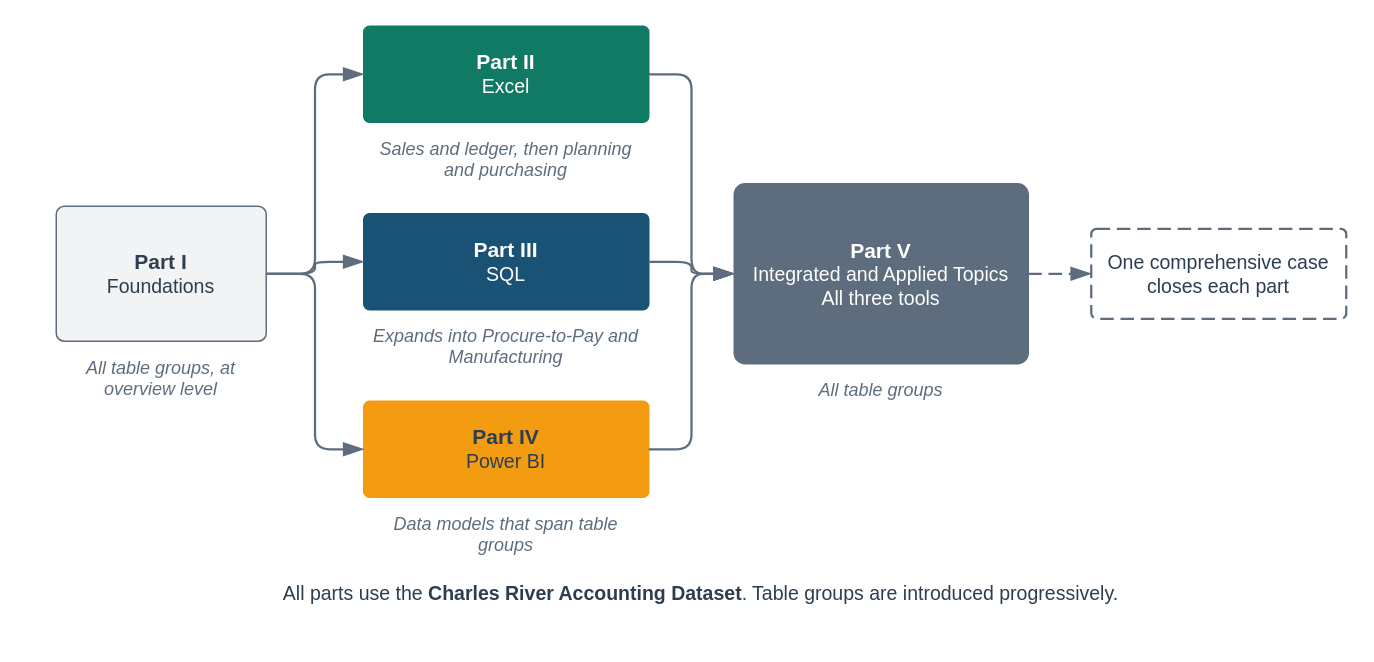
Before: visuals/src/fig-01-08-book-organization-map.drawio in mmcodesso/Accounting_Analytics_Book, a draw.io diagram. Source tidied: cells renumbered, new cells numbered last; positions are measured from the earlier drawing's top-left corner, leaving out a move shared by most shapes. Both pictures are drawn from the tidied source at 150%, with x=0, y=0 at pixel (56, 26).
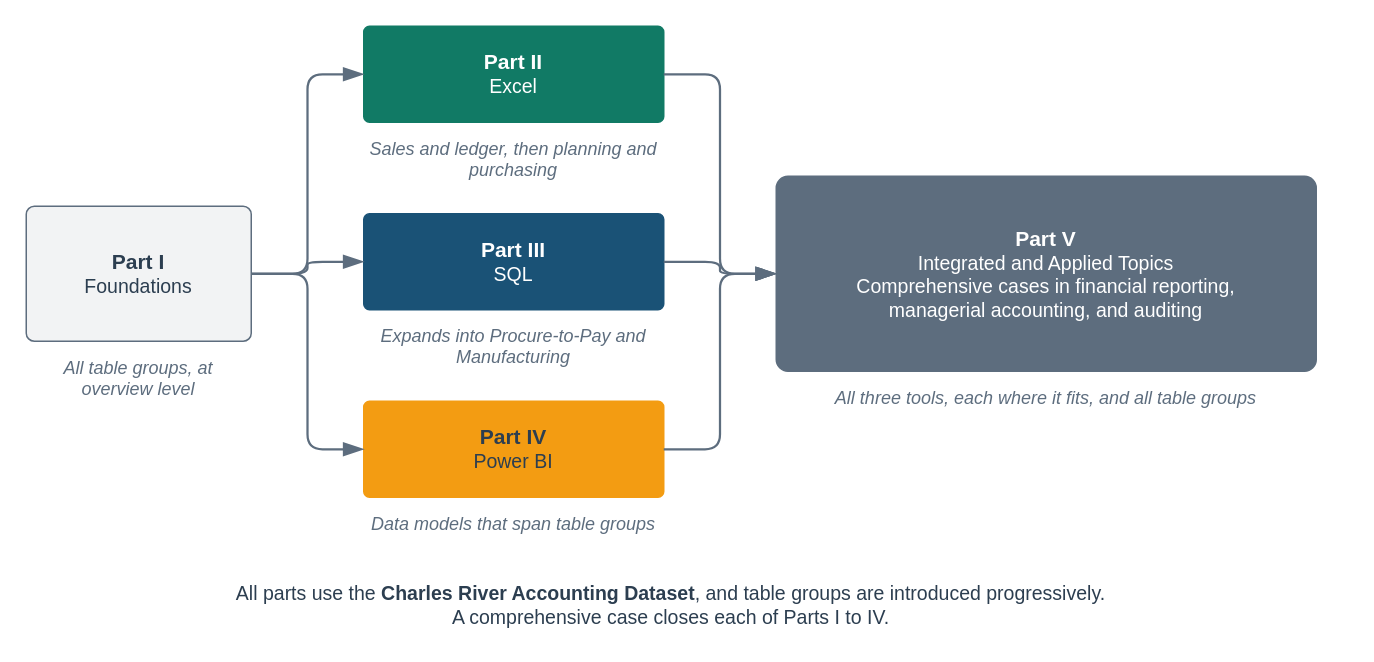
The same page after the edit.

Change to the diagram source:
```diff
@@
     <mxCell id="2" style="rounded=0;html=1;fillColor=none;strokeColor=none;" parent="1" vertex="1">
-      <mxGeometry width="860" height="388" as="geometry" />
+      <mxGeometry x="-20" width="860" height="406" as="geometry" />
     </mxCell>
     <mxCell id="3" value="&lt;font style=&quot;font-size:14px&quot;&gt;&lt;b&gt;Part I&lt;/b&gt;&lt;/font&gt;&lt;br&gt;&lt;font color=&quot;#2C3E50&quot;&gt;Foundations&lt;/font&gt;" style="rounded=1;arcSize=6;whiteSpace=wrap;html=1;fillColor=#F2F3F4;strokeColor=#5D6D7E;strokeWidth=1;fontColor=#2C3E50;fontSize=13;fontStyle=0;align=center;verticalAlign=middle;fontFamily=Helvetica;spacingLeft=6;spacingRight=6;" parent="1" vertex="1">
-      <mxGeometry y="120" width="140" height="90" as="geometry" />
+      <mxGeometry x="-20" y="120" width="150" height="90" as="geometry" />
     </mxCell>
     <mxCell id="4" value="&lt;i&gt;All table groups, at overview level&lt;/i&gt;" style="text;html=1;whiteSpace=wrap;align=center;verticalAlign=top;fontSize=12;fontColor=#5D6D7E;fontStyle=0;fontFamily=Helvetica;spacing=2;fillColor=none;strokeColor=none;" parent="1" vertex="1">
-      <mxGeometry y="214" width="140" height="36" as="geometry" />
+      <mxGeometry x="-20" y="214" width="150" height="36" as="geometry" />
     </mxCell>
     <mxCell id="5" value="&lt;font style=&quot;font-size:14px&quot;&gt;&lt;b&gt;Part II&lt;/b&gt;&lt;/font&gt;&lt;br&gt;&lt;font color=&quot;#FFFFFF&quot;&gt;Excel&lt;/font&gt;" style="rounded=1;arcSize=6;whiteSpace=wrap;html=1;fillColor=#117A65;strokeColor=#117A65;strokeWidth=1;fontColor=#FFFFFF;fontSize=13;fontStyle=0;align=center;verticalAlign=middle;fontFamily=Helvetica;spacingLeft=6;spacingRight=6;" parent="1" vertex="1">
-      <mxGeometry x="205" width="190" height="64" as="geometry" />
+      <mxGeometry x="205" width="200" height="64" as="geometry" />
     </mxCell>
     <mxCell id="6" value="&lt;i&gt;Sales and ledger, then planning and purchasing&lt;/i&gt;" style="text;html=1;whiteSpace=wrap;align=center;verticalAlign=top;fontSize=12;fontColor=#5D6D7E;fontStyle=0;fontFamily=Helvetica;spacing=2;fillColor=none;strokeColor=none;" parent="1" vertex="1">
-      <mxGeometry x="205" y="68" width="190" height="36" as="geometry" />
+      <mxGeometry x="205" y="68" width="200" height="36" as="geometry" />
     </mxCell>
     <mxCell id="7" value="&lt;font style=&quot;font-size:14px&quot;&gt;&lt;b&gt;Part III&lt;/b&gt;&lt;/font&gt;&lt;br&gt;&lt;font color=&quot;#FFFFFF&quot;&gt;SQL&lt;/font&gt;" style="rounded=1;arcSize=6;whiteSpace=wrap;html=1;fillColor=#1A5276;strokeColor=#1A5276;strokeWidth=1;fontColor=#FFFFFF;fontSize=13;fontStyle=0;align=center;verticalAlign=middle;fontFamily=Helvetica;spacingLeft=6;spacingRight=6;" parent="1" vertex="1">
-      <mxGeometry x="205" y="125" width="190" height="64" as="geometry" />
+      <mxGeometry x="205" y="125" width="200" height="64" as="geometry" />
     </mxCell>
     <mxCell id="8" value="&lt;i&gt;Expands into Procure-to-Pay and Manufacturing&lt;/i&gt;" style="text;html=1;whiteSpace=wrap;align=center;verticalAlign=top;fontSize=12;fontColor=#5D6D7E;fontStyle=0;fontFamily=Helvetica;spacing=2;fillColor=none;strokeColor=none;" parent="1" vertex="1">
-      <mxGeometry x="205" y="193" width="190" height="36" as="geometry" />
+      <mxGeometry x="205" y="193" width="200" height="36" as="geometry" />
     </mxCell>
     <mxCell id="9" value="&lt;font style=&quot;font-size:14px&quot;&gt;&lt;b&gt;Part IV&lt;/b&gt;&lt;/font&gt;&lt;br&gt;&lt;font color=&quot;#2C3E50&quot;&gt;Power BI&lt;/font&gt;" style="rounded=1;arcSize=6;whiteSpace=wrap;html=1;fillColor=#F39C12;strokeColor=#F39C12;strokeWidth=1;fontColor=#2C3E50;fontSize=13;fontStyle=0;align=center;verticalAlign=middle;fontFamily=Helvetica;spacingLeft=6;spacingRight=6;" parent="1" vertex="1">
-      <mxGeometry x="205" y="250" width="190" height="64" as="geometry" />
+      <mxGeometry x="205" y="250" width="200" height="64" as="geometry" />
     </mxCell>
     <mxCell id="10" value="&lt;i&gt;Data models that span table groups&lt;/i&gt;" style="text;html=1;whiteSpace=wrap;align=center;verticalAlign=top;fontSize=12;fontColor=#5D6D7E;fontStyle=0;fontFamily=Helvetica;spacing=2;fillColor=none;strokeColor=none;" parent="1" vertex="1">
-      <mxGeometry x="205" y="318" width="190" height="36" as="geometry" />
+      <mxGeometry x="205" y="318" width="200" height="36" as="geometry" />
     </mxCell>
-    <mxCell id="11" value="&lt;font style=&quot;font-size:14px&quot;&gt;&lt;b&gt;Part V&lt;/b&gt;&lt;/font&gt;&lt;br&gt;&lt;font color=&quot;#FFFFFF&quot;&gt;Integrated and Applied Topics&lt;br&gt;All three tools&lt;/font&gt;" style="rounded=1;arcSize=6;whiteSpace=wrap;html=1;fillColor=#5D6D7E;strokeColor=#5D6D7E;strokeWidth=1;fontColor=#FFFFFF;fontSize=13;fontStyle=0;align=center;verticalAlign=middle;fontFamily=Helvetica;spacingLeft=6;spacingRight=6;" parent="1" vertex="1">
-      <mxGeometry x="452" y="105" width="196" height="120" as="geometry" />
+    <mxCell id="11" value="&lt;font style=&quot;font-size:14px&quot;&gt;&lt;b&gt;Part V&lt;/b&gt;&lt;/font&gt;&lt;br&gt;&lt;font color=&quot;#FFFFFF&quot;&gt;Integrated and Applied Topics&lt;br&gt;Comprehensive cases in financial reporting,&lt;br&gt;managerial accounting, and auditing&lt;/font&gt;" style="rounded=1;arcSize=6;whiteSpace=wrap;html=1;fillColor=#5D6D7E;strokeColor=#5D6D7E;strokeWidth=1;fontColor=#FFFFFF;fontSize=13;fontStyle=0;align=center;verticalAlign=middle;fontFamily=Helvetica;spacingLeft=6;spacingRight=6;" parent="1" vertex="1">
+      <mxGeometry x="480" y="100" width="360" height="130" as="geometry" />
     </mxCell>
-    <mxCell id="12" value="&lt;i&gt;All table groups&lt;/i&gt;" style="text;html=1;whiteSpace=wrap;align=center;verticalAlign=top;fontSize=12;fontColor=#5D6D7E;fontStyle=0;fontFamily=Helvetica;spacing=2;fillColor=none;strokeColor=none;" parent="1" vertex="1">
-      <mxGeometry x="452" y="229" width="196" height="36" as="geometry" />
+    <mxCell id="12" value="&lt;i&gt;All three tools, each where it fits, and all table groups&lt;/i&gt;" style="text;html=1;whiteSpace=wrap;align=center;verticalAlign=top;fontSize=12;fontColor=#5D6D7E;fontStyle=0;fontFamily=Helvetica;spacing=2;fillColor=none;strokeColor=none;" parent="1" vertex="1">
+      <mxGeometry x="480" y="234" width="360" height="36" as="geometry" />
     </mxCell>
-    <mxCell id="13" value="One comprehensive case closes each part" style="rounded=1;arcSize=6;whiteSpace=wrap;html=1;fillColor=#FFFFFF;strokeColor=#5D6D7E;strokeWidth=1.5;fontColor=#2C3E50;fontSize=13;fontStyle=0;align=center;verticalAlign=middle;fontFamily=Helvetica;spacingLeft=6;spacingRight=6;dashed=1;dashPattern=6 3;" parent="1" vertex="1">
-      <mxGeometry x="690" y="135" width="170" height="60" as="geometry" />
-    </mxCell>
+    <mxCell id="22" style="edgeStyle=orthogonalEdgeStyle;rounded=1;html=1;startArrow=none;endArrow=blockThin;startFill=0;endFill=1;startSize=10;endSize=10;strokeColor=#5D6D7E;strokeWidth=1.5;fontSize=12;fontColor=#2C3E50;fontFamily=Helvetica;labelBackgroundColor=#FFFFFF;exitX=1;exitY=0.5;exitDx=0;exitDy=0;entryX=0;entryY=0.5;entryDx=0;entryDy=0;" parent="1" edge="1" source="3" target="5">
+      <mxGeometry relative="1" as="geometry" />
+    </mxCell>
-    <mxCell id="14" style="edgeStyle=orthogonalEdgeStyle;rounded=1;html=1;startArrow=none;endArrow=blockThin;startFill=0;endFill=1;startSize=10;endSize=10;strokeColor=#5D6D7E;strokeWidth=1.5;fontSize=12;fontColor=#2C3E50;fontFamily=Helvetica;labelBackgroundColor=#FFFFFF;exitX=1;exitY=0.5;exitDx=0;exitDy=0;entryX=0;entryY=0.5;entryDx=0;entryDy=0;" parent="1" edge="1" source="3" target="5">
+    <mxCell id="14" style="edgeStyle=orthogonalEdgeStyle;rounded=1;html=1;startArrow=none;endArrow=blockThin;startFill=0;endFill=1;startSize=10;endSize=10;strokeColor=#5D6D7E;strokeWidth=1.5;fontSize=12;fontColor=#2C3E50;fontFamily=Helvetica;labelBackgroundColor=#FFFFFF;exitX=1;exitY=0.5;exitDx=0;exitDy=0;entryX=0;entryY=0.5;entryDx=0;entryDy=0;" parent="1" edge="1" source="5" target="11">
       <mxGeometry relative="1" as="geometry" />
     </mxCell>
-    <mxCell id="15" style="edgeStyle=orthogonalEdgeStyle;rounded=1;html=1;startArrow=none;endArrow=blockThin;startFill=0;endFill=1;startSize=10;endSize=10;strokeColor=#5D6D7E;strokeWidth=1.5;fontSize=12;fontColor=#2C3E50;fontFamily=Helvetica;labelBackgroundColor=#FFFFFF;exitX=1;exitY=0.5;exitDx=0;exitDy=0;entryX=0;entryY=0.5;entryDx=0;entryDy=0;" parent="1" edge="1" source="5" target="11">
+    <mxCell id="15" style="edgeStyle=orthogonalEdgeStyle;rounded=1;html=1;startArrow=none;endArrow=blockThin;startFill=0;endFill=1;startSize=10;endSize=10;strokeColor=#5D6D7E;strokeWidth=1.5;fontSize=12;fontColor=#2C3E50;fontFamily=Helvetica;labelBackgroundColor=#FFFFFF;exitX=1;exitY=0.5;exitDx=0;exitDy=0;entryX=0;entryY=0.5;entryDx=0;entryDy=0;" parent="1" edge="1" source="3" target="7">
       <mxGeometry relative="1" as="geometry" />
     </mxCell>
-    <mxCell id="16" style="edgeStyle=orthogonalEdgeStyle;rounded=1;html=1;startArrow=none;endArrow=blockThin;startFill=0;endFill=1;startSize=10;endSize=10;strokeColor=#5D6D7E;strokeWidth=1.5;fontSize=12;fontColor=#2C3E50;fontFamily=Helvetica;labelBackgroundColor=#FFFFFF;exitX=1;exitY=0.5;exitDx=0;exitDy=0;entryX=0;entryY=0.5;entryDx=0;entryDy=0;" parent="1" edge="1" source="3" target="7">
+    <mxCell id="16" style="edgeStyle=orthogonalEdgeStyle;rounded=1;html=1;startArrow=none;endArrow=blockThin;startFill=0;endFill=1;startSize=10;endSize=10;strokeColor=#5D6D7E;strokeWidth=1.5;fontSize=12;fontColor=#2C3E50;fontFamily=Helvetica;labelBackgroundColor=#FFFFFF;exitX=1;exitY=0.5;exitDx=0;exitDy=0;entryX=0;entryY=0.5;entryDx=0;entryDy=0;" parent="1" edge="1" source="7" target="11">
       <mxGeometry relative="1" as="geometry" />
     </mxCell>
-    <mxCell id="17" style="edgeStyle=orthogonalEdgeStyle;rounded=1;html=1;startArrow=none;endArrow=blockThin;startFill=0;endFill=1;startSize=10;endSize=10;strokeColor=#5D6D7E;strokeWidth=1.5;fontSize=12;fontColor=#2C3E50;fontFamily=Helvetica;labelBackgroundColor=#FFFFFF;exitX=1;exitY=0.5;exitDx=0;exitDy=0;entryX=0;entryY=0.5;entryDx=0;entryDy=0;" parent="1" edge="1" source="7" target="11">
+    <mxCell id="17" style="edgeStyle=orthogonalEdgeStyle;rounded=1;html=1;startArrow=none;endArrow=blockThin;startFill=0;endFill=1;startSize=10;endSize=10;strokeColor=#5D6D7E;strokeWidth=1.5;fontSize=12;fontColor=#2C3E50;fontFamily=Helvetica;labelBackgroundColor=#FFFFFF;exitX=1;exitY=0.5;exitDx=0;exitDy=0;entryX=0;entryY=0.5;entryDx=0;entryDy=0;" parent="1" edge="1" source="3" target="9">
       <mxGeometry relative="1" as="geometry" />
     </mxCell>
-    <mxCell id="18" style="edgeStyle=orthogonalEdgeStyle;rounded=1;html=1;startArrow=none;endArrow=blockThin;startFill=0;endFill=1;startSize=10;endSize=10;strokeColor=#5D6D7E;strokeWidth=1.5;fontSize=12;fontColor=#2C3E50;fontFamily=Helvetica;labelBackgroundColor=#FFFFFF;exitX=1;exitY=0.5;exitDx=0;exitDy=0;entryX=0;entryY=0.5;entryDx=0;entryDy=0;" parent="1" edge="1" source="3" target="9">
+    <mxCell id="18" style="edgeStyle=orthogonalEdgeStyle;rounded=1;html=1;startArrow=none;endArrow=blockThin;startFill=0;endFill=1;startSize=10;endSize=10;strokeColor=#5D6D7E;strokeWidth=1.5;fontSize=12;fontColor=#2C3E50;fontFamily=Helvetica;labelBackgroundColor=#FFFFFF;exitX=1;exitY=0.5;exitDx=0;exitDy=0;entryX=0;entryY=0.5;entryDx=0;entryDy=0;" parent="1" edge="1" source="9" target="11">
       <mxGeometry relative="1" as="geometry" />
     </mxCell>
-    <mxCell id="19" style="edgeStyle=orthogonalEdgeStyle;rounded=1;html=1;startArrow=none;endArrow=blockThin;startFill=0;endFill=1;startSize=10;endSize=10;strokeColor=#5D6D7E;strokeWidth=1.5;fontSize=12;fontColor=#2C3E50;fontFamily=Helvetica;labelBackgroundColor=#FFFFFF;exitX=1;exitY=0.5;exitDx=0;exitDy=0;entryX=0;entryY=0.5;entryDx=0;entryDy=0;" parent="1" edge="1" source="9" target="11">
-      <mxGeometry relative="1" as="geometry" />
-    </mxCell>
-    <mxCell id="20" style="edgeStyle=orthogonalEdgeStyle;rounded=1;html=1;startArrow=none;endArrow=blockThin;startFill=0;endFill=1;startSize=10;endSize=10;strokeColor=#5D6D7E;strokeWidth=1.5;fontSize=12;fontColor=#2C3E50;fontFamily=Helvetica;labelBackgroundColor=#FFFFFF;dashed=1;dashPattern=6 3;exitX=1;exitY=0.5;exitDx=0;exitDy=0;entryX=0;entryY=0.5;entryDx=0;entryDy=0;" parent="1" edge="1" source="11" target="13">
-      <mxGeometry relative="1" as="geometry" />
-    </mxCell>
-    <mxCell id="21" value="All parts use the &lt;b&gt;Charles River Accounting Dataset&lt;/b&gt;. Table groups are introduced progressively." style="text;html=1;whiteSpace=wrap;align=center;verticalAlign=top;fontSize=13;fontColor=#2C3E50;fontStyle=0;fontFamily=Helvetica;spacing=2;fillColor=none;strokeColor=none;" parent="1" vertex="1">
-      <mxGeometry y="364" width="860" height="22" as="geometry" />
-    </mxCell>
+    <mxCell id="23" value="All parts use the &lt;b&gt;Charles River Accounting Dataset&lt;/b&gt;, and table groups are introduced progressively.&lt;br&gt;A comprehensive case closes each of Parts I to IV." style="text;html=1;whiteSpace=wrap;align=center;verticalAlign=top;fontSize=13;fontColor=#2C3E50;fontStyle=0;fontFamily=Helvetica;spacing=2;fillColor=none;strokeColor=none;" parent="1" vertex="1">
+      <mxGeometry x="-20" y="364" width="860" height="40" as="geometry" />
+    </mxCell>
```
